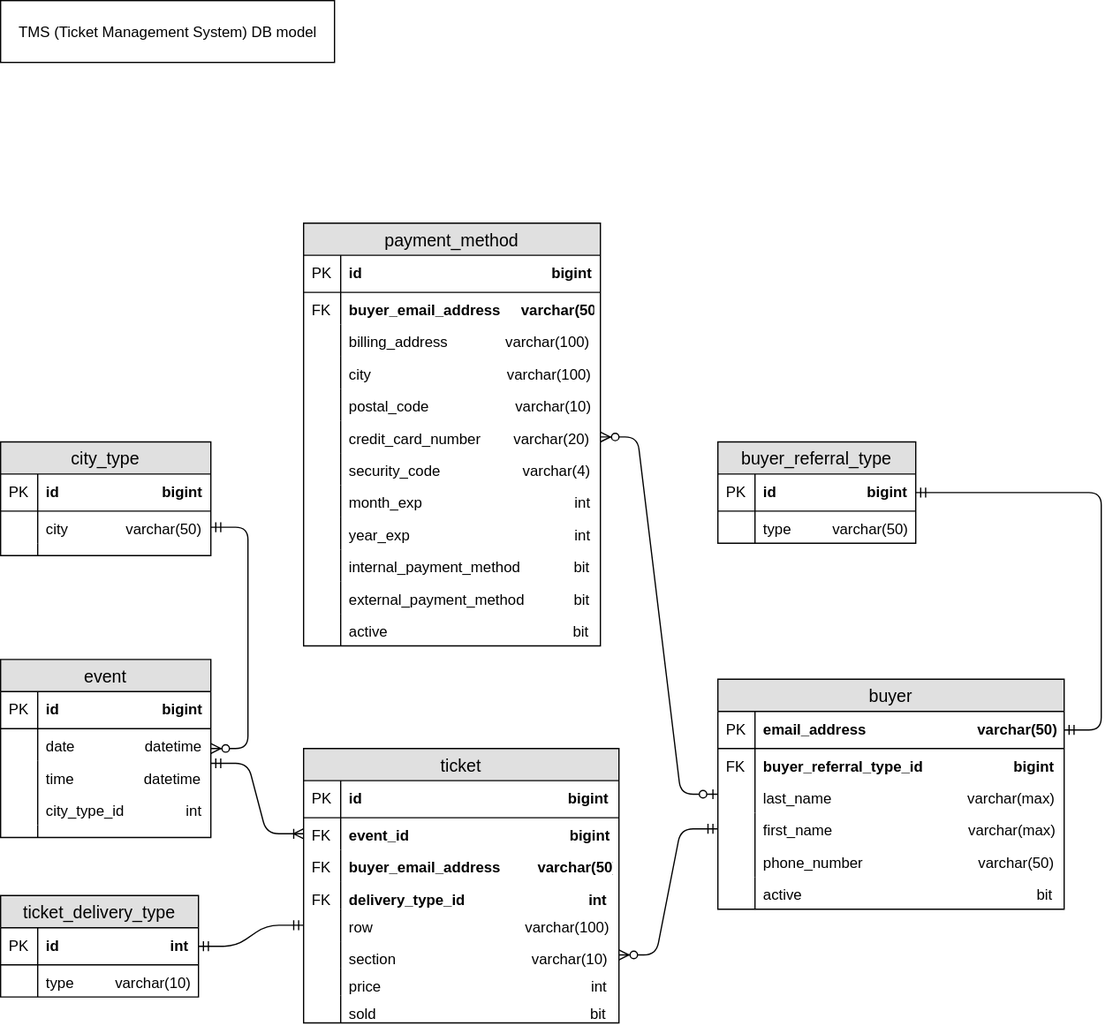
The draw.io diagram diagrams/ticket_management_DB_model.svg in yazhang28/ticket_vendor_app, before a commit. Source tidied: cells renumbered, new cells last; positions are measured from the earlier drawing's top-left corner, leaving out a move shared by most shapes.
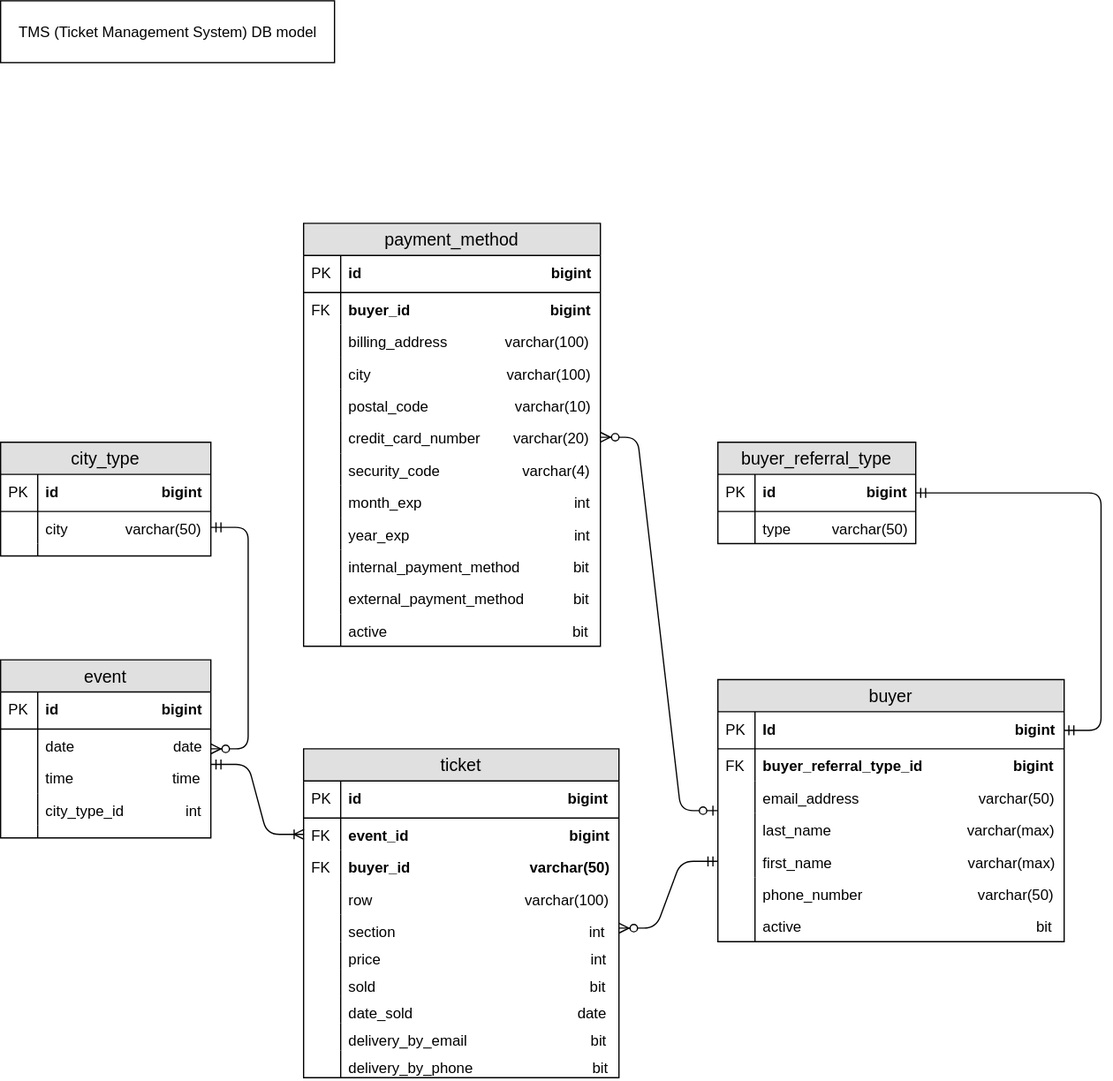
Above is the later version.

The edit, as a diff of the source:
```diff
@@ -3,9 +3,9 @@
     <mxCell id="0" />
     <mxCell id="1" parent="0" />
     <mxCell id="2" value="buyer" style="swimlane;fontStyle=0;horizontal=1;startSize=26;fillColor=#e0e0e0;swimlaneFillColor=#ffffff;align=center;fontSize=14;" parent="1" vertex="1">
-      <mxGeometry x="580" y="549" width="280" height="186" as="geometry" />
+      <mxGeometry x="580" y="549" width="280" height="212" as="geometry" />
     </mxCell>
-    <mxCell id="3" value="email_address                           varchar(50)" style="shape=partialRectangle;top=0;left=0;right=0;bottom=1;align=left;verticalAlign=middle;fillColor=none;spacingLeft=34;spacingRight=4;overflow=hidden;points=[[0,0.5],[1,0.5]];portConstraint=eastwest;fontStyle=1;fontSize=12;" parent="2" vertex="1">
+    <mxCell id="3" value="Id                                                          bigint" style="shape=partialRectangle;top=0;left=0;right=0;bottom=1;align=left;verticalAlign=middle;fillColor=none;spacingLeft=34;spacingRight=4;overflow=hidden;points=[[0,0.5],[1,0.5]];portConstraint=eastwest;fontStyle=1;fontSize=12;" parent="2" vertex="1">
       <mxGeometry y="26" width="280" height="30" as="geometry" />
     </mxCell>
     <mxCell id="4" value="PK" style="shape=partialRectangle;top=0;left=0;bottom=0;fillColor=none;align=left;verticalAlign=middle;spacingLeft=4;spacingRight=4;overflow=hidden;fontSize=12;" parent="3" vertex="1">
@@ -17,26 +17,32 @@
     <mxCell id="6" value="FK" style="shape=partialRectangle;top=0;left=0;bottom=0;fillColor=none;align=left;verticalAlign=top;spacingLeft=4;spacingRight=4;overflow=hidden;fontSize=12;" parent="5" vertex="1">
       <mxGeometry width="30" height="26" as="geometry" />
     </mxCell>
-    <mxCell id="7" value="last_name                                 varchar(max)" style="shape=partialRectangle;top=0;left=0;right=0;bottom=0;align=left;verticalAlign=top;fillColor=none;spacingLeft=34;spacingRight=4;overflow=hidden;fontSize=12;" parent="2" vertex="1">
+    <mxCell id="7" value="email_address                             varchar(50)" style="shape=partialRectangle;top=0;left=0;right=0;bottom=0;align=left;verticalAlign=top;fillColor=none;spacingLeft=34;spacingRight=4;overflow=hidden;fontSize=12;" parent="2" vertex="1">
       <mxGeometry y="82" width="280" height="26" as="geometry" />
     </mxCell>
     <mxCell id="8" style="shape=partialRectangle;top=0;left=0;bottom=0;fillColor=none;align=left;verticalAlign=top;spacingLeft=4;spacingRight=4;overflow=hidden;fontSize=12;" parent="7" vertex="1">
       <mxGeometry width="30" height="26" as="geometry" />
     </mxCell>
+    <mxCell id="92" value="last_name                                 varchar(max)" style="shape=partialRectangle;top=0;left=0;right=0;bottom=0;align=left;verticalAlign=top;fillColor=none;spacingLeft=34;spacingRight=4;overflow=hidden;fontSize=12;" parent="2" vertex="1">
+      <mxGeometry y="108" width="280" height="26" as="geometry" />
+    </mxCell>
+    <mxCell id="66" style="shape=partialRectangle;top=0;left=0;bottom=0;fillColor=none;align=left;verticalAlign=top;spacingLeft=4;spacingRight=4;overflow=hidden;fontSize=12;" parent="92" vertex="1">
+      <mxGeometry width="30" height="26" as="geometry" />
+    </mxCell>
     <mxCell id="9" value="first_name                                 varchar(max)" style="shape=partialRectangle;top=0;left=0;right=0;bottom=0;align=left;verticalAlign=top;fillColor=none;spacingLeft=34;spacingRight=4;overflow=hidden;points=[[0,0.5],[1,0.5]];portConstraint=eastwest;fontSize=12;" parent="2" vertex="1">
-      <mxGeometry y="108" width="280" height="26" as="geometry" />
+      <mxGeometry y="134" width="280" height="26" as="geometry" />
     </mxCell>
     <mxCell id="10" style="shape=partialRectangle;top=0;left=0;bottom=0;fillColor=none;align=left;verticalAlign=top;spacingLeft=4;spacingRight=4;overflow=hidden;fontSize=12;" parent="9" vertex="1">
       <mxGeometry width="30" height="26" as="geometry" />
     </mxCell>
     <mxCell id="11" value="phone_number                            varchar(50)" style="shape=partialRectangle;top=0;left=0;right=0;bottom=0;align=left;verticalAlign=top;fillColor=none;spacingLeft=34;spacingRight=4;overflow=hidden;fontSize=12;" parent="2" vertex="1">
-      <mxGeometry y="134" width="280" height="26" as="geometry" />
+      <mxGeometry y="160" width="280" height="26" as="geometry" />
     </mxCell>
     <mxCell id="12" style="shape=partialRectangle;top=0;left=0;bottom=0;fillColor=none;align=left;verticalAlign=top;spacingLeft=4;spacingRight=4;overflow=hidden;fontSize=12;" parent="11" vertex="1">
       <mxGeometry width="30" height="26" as="geometry" />
     </mxCell>
     <mxCell id="13" value="active                                                         bit" style="shape=partialRectangle;top=0;left=0;right=0;bottom=0;align=left;verticalAlign=top;fillColor=none;spacingLeft=34;spacingRight=4;overflow=hidden;fontSize=12;" parent="2" vertex="1">
-      <mxGeometry y="160" width="280" height="26" as="geometry" />
+      <mxGeometry y="186" width="280" height="26" as="geometry" />
     </mxCell>
     <mxCell id="14" style="shape=partialRectangle;top=0;left=0;bottom=0;fillColor=none;align=left;verticalAlign=top;spacingLeft=4;spacingRight=4;overflow=hidden;fontSize=12;" parent="13" vertex="1">
       <mxGeometry width="30" height="26" as="geometry" />
@@ -65,7 +71,7 @@
     <mxCell id="22" value="PK" style="shape=partialRectangle;top=0;left=0;bottom=0;fillColor=none;align=left;verticalAlign=middle;spacingLeft=4;spacingRight=4;overflow=hidden;fontSize=12;" parent="21" vertex="1">
       <mxGeometry width="30" height="30" as="geometry" />
     </mxCell>
-    <mxCell id="23" value="buyer_email_address     varchar(50)" style="shape=partialRectangle;top=0;left=0;right=0;bottom=0;align=left;verticalAlign=top;fillColor=none;spacingLeft=34;spacingRight=4;overflow=hidden;fontSize=12;fontStyle=1;" parent="20" vertex="1">
+    <mxCell id="23" value="buyer_id                                  bigint" style="shape=partialRectangle;top=0;left=0;right=0;bottom=0;align=left;verticalAlign=top;fillColor=none;spacingLeft=34;spacingRight=4;overflow=hidden;fontSize=12;fontStyle=1;" parent="20" vertex="1">
       <mxGeometry y="56" width="240" height="26" as="geometry" />
     </mxCell>
     <mxCell id="24" value="FK" style="shape=partialRectangle;top=0;left=0;bottom=0;fillColor=none;align=left;verticalAlign=top;spacingLeft=4;spacingRight=4;overflow=hidden;fontSize=12;" parent="23" vertex="1">
@@ -132,7 +138,7 @@
       <mxGeometry width="30" height="26" as="geometry" />
     </mxCell>
     <mxCell id="45" value="ticket" style="swimlane;fontStyle=0;horizontal=1;startSize=26;fillColor=#e0e0e0;swimlaneFillColor=#ffffff;align=center;fontSize=14;" parent="1" vertex="1">
-      <mxGeometry x="245" y="605" width="255" height="222" as="geometry" />
+      <mxGeometry x="245" y="605" width="255" height="266" as="geometry" />
     </mxCell>
     <mxCell id="46" value="id                                                  bigint" style="shape=partialRectangle;top=0;left=0;right=0;bottom=1;align=left;verticalAlign=middle;fillColor=none;spacingLeft=34;spacingRight=4;overflow=hidden;fontStyle=1;fontSize=12;" parent="45" vertex="1">
       <mxGeometry y="26" width="255" height="30" as="geometry" />
@@ -146,57 +152,54 @@
     <mxCell id="49" value="FK" style="shape=partialRectangle;top=0;left=0;bottom=0;fillColor=none;align=left;verticalAlign=top;spacingLeft=4;spacingRight=4;overflow=hidden;fontSize=12;" parent="48" vertex="1">
       <mxGeometry width="30" height="26" as="geometry" />
     </mxCell>
-    <mxCell id="50" value="buyer_email_address         varchar(50)" style="shape=partialRectangle;top=0;left=0;right=0;bottom=0;align=left;verticalAlign=top;fillColor=none;spacingLeft=34;spacingRight=4;overflow=hidden;fontSize=12;fontStyle=1;" parent="45" vertex="1">
+    <mxCell id="50" value="buyer_id                             varchar(50)" style="shape=partialRectangle;top=0;left=0;right=0;bottom=0;align=left;verticalAlign=top;fillColor=none;spacingLeft=34;spacingRight=4;overflow=hidden;fontSize=12;fontStyle=1;" parent="45" vertex="1">
       <mxGeometry y="82" width="255" height="26" as="geometry" />
     </mxCell>
     <mxCell id="51" value="FK" style="shape=partialRectangle;top=0;left=0;bottom=0;fillColor=none;align=left;verticalAlign=top;spacingLeft=4;spacingRight=4;overflow=hidden;fontSize=12;" parent="50" vertex="1">
       <mxGeometry width="30" height="26" as="geometry" />
     </mxCell>
-    <mxCell id="52" value="delivery_type_id                              int" style="shape=partialRectangle;top=0;left=0;right=0;bottom=0;align=left;verticalAlign=top;fillColor=none;spacingLeft=34;spacingRight=4;overflow=hidden;fontSize=12;fontStyle=1;" parent="45" vertex="1">
-      <mxGeometry y="108" width="255" height="22" as="geometry" />
-    </mxCell>
-    <mxCell id="53" value="FK" style="shape=partialRectangle;top=0;left=0;bottom=0;fillColor=none;align=left;verticalAlign=top;spacingLeft=4;spacingRight=4;overflow=hidden;fontSize=12;" parent="52" vertex="1">
-      <mxGeometry width="30" height="22" as="geometry" />
-    </mxCell>
     <mxCell id="54" value="row                                     varchar(100)" style="shape=partialRectangle;top=0;left=0;right=0;bottom=0;align=left;verticalAlign=top;fillColor=none;spacingLeft=34;spacingRight=4;overflow=hidden;points=[[0,0.5],[1,0.5]];portConstraint=eastwest;fontSize=12;" parent="45" vertex="1">
-      <mxGeometry y="130" width="255" height="26" as="geometry" />
+      <mxGeometry y="108" width="255" height="26" as="geometry" />
     </mxCell>
     <mxCell id="55" style="shape=partialRectangle;top=0;left=0;bottom=0;fillColor=none;align=left;verticalAlign=top;spacingLeft=4;spacingRight=4;overflow=hidden;fontSize=12;" parent="54" vertex="1">
       <mxGeometry width="30" height="26" as="geometry" />
     </mxCell>
-    <mxCell id="56" value="section                                 varchar(10)" style="shape=partialRectangle;top=0;left=0;right=0;bottom=0;align=left;verticalAlign=top;fillColor=none;spacingLeft=34;spacingRight=4;overflow=hidden;points=[[0,0.5],[1,0.5]];portConstraint=eastwest;fontSize=12;" parent="45" vertex="1">
-      <mxGeometry y="156" width="255" height="22" as="geometry" />
+    <mxCell id="56" value="section                                               int" style="shape=partialRectangle;top=0;left=0;right=0;bottom=0;align=left;verticalAlign=top;fillColor=none;spacingLeft=34;spacingRight=4;overflow=hidden;points=[[0,0.5],[1,0.5]];portConstraint=eastwest;fontSize=12;" parent="45" vertex="1">
+      <mxGeometry y="134" width="255" height="22" as="geometry" />
     </mxCell>
     <mxCell id="57" style="shape=partialRectangle;top=0;left=0;bottom=0;fillColor=none;align=left;verticalAlign=top;spacingLeft=4;spacingRight=4;overflow=hidden;fontSize=12;" parent="56" vertex="1">
       <mxGeometry width="30" height="22" as="geometry" />
     </mxCell>
     <mxCell id="58" value="price                                                   int" style="shape=partialRectangle;top=0;left=0;right=0;bottom=0;align=left;verticalAlign=top;fillColor=none;spacingLeft=34;spacingRight=4;overflow=hidden;fontSize=12;" parent="45" vertex="1">
-      <mxGeometry y="178" width="255" height="22" as="geometry" />
+      <mxGeometry y="156" width="255" height="22" as="geometry" />
     </mxCell>
     <mxCell id="59" style="shape=partialRectangle;top=0;left=0;bottom=0;fillColor=none;align=left;verticalAlign=top;spacingLeft=4;spacingRight=4;overflow=hidden;fontSize=12;" parent="58" vertex="1">
       <mxGeometry width="30" height="22" as="geometry" />
     </mxCell>
     <mxCell id="60" value="sold                                                    bit" style="shape=partialRectangle;top=0;left=0;right=0;bottom=0;align=left;verticalAlign=top;fillColor=none;spacingLeft=34;spacingRight=4;overflow=hidden;fontSize=12;" parent="45" vertex="1">
-      <mxGeometry y="200" width="255" height="22" as="geometry" />
+      <mxGeometry y="178" width="255" height="22" as="geometry" />
     </mxCell>
     <mxCell id="61" style="shape=partialRectangle;top=0;left=0;bottom=0;fillColor=none;align=left;verticalAlign=top;spacingLeft=4;spacingRight=4;overflow=hidden;fontSize=12;" parent="60" vertex="1">
       <mxGeometry width="30" height="22" as="geometry" />
     </mxCell>
-    <mxCell id="62" value="ticket_delivery_type" style="swimlane;fontStyle=0;horizontal=1;startSize=26;fillColor=#e0e0e0;swimlaneFillColor=#ffffff;align=center;fontSize=14;" parent="1" vertex="1">
-      <mxGeometry y="724" width="160" height="82" as="geometry" />
-    </mxCell>
-    <mxCell id="63" value="id                           int" style="shape=partialRectangle;top=0;left=0;right=0;bottom=1;align=left;verticalAlign=middle;fillColor=none;spacingLeft=34;spacingRight=4;overflow=hidden;points=[[0,0.5],[1,0.5]];portConstraint=eastwest;fontStyle=1;fontSize=12;" parent="62" vertex="1">
-      <mxGeometry y="26" width="160" height="30" as="geometry" />
-    </mxCell>
-    <mxCell id="64" value="PK" style="shape=partialRectangle;top=0;left=0;bottom=0;fillColor=none;align=left;verticalAlign=middle;spacingLeft=4;spacingRight=4;overflow=hidden;fontSize=12;" parent="63" vertex="1">
-      <mxGeometry width="30" height="30" as="geometry" />
-    </mxCell>
-    <mxCell id="65" value="type          varchar(10)" style="shape=partialRectangle;top=0;left=0;right=0;bottom=0;align=left;verticalAlign=top;fillColor=none;spacingLeft=34;spacingRight=4;overflow=hidden;fontSize=12;" parent="62" vertex="1">
-      <mxGeometry y="56" width="160" height="26" as="geometry" />
-    </mxCell>
-    <mxCell id="66" style="shape=partialRectangle;top=0;left=0;bottom=0;fillColor=none;align=left;verticalAlign=top;spacingLeft=4;spacingRight=4;overflow=hidden;fontSize=12;" parent="65" vertex="1">
-      <mxGeometry width="30" height="26" as="geometry" />
-    </mxCell>
+    <mxCell id="93" value="date_sold                                        date" style="shape=partialRectangle;top=0;left=0;right=0;bottom=0;align=left;verticalAlign=top;fillColor=none;spacingLeft=34;spacingRight=4;overflow=hidden;fontSize=12;" parent="45" vertex="1">
+      <mxGeometry y="200" width="255" height="22" as="geometry" />
+    </mxCell>
+    <mxCell id="94" style="shape=partialRectangle;top=0;left=0;bottom=0;fillColor=none;align=left;verticalAlign=top;spacingLeft=4;spacingRight=4;overflow=hidden;fontSize=12;" parent="93" vertex="1">
+      <mxGeometry width="30" height="22" as="geometry" />
+    </mxCell>
+    <mxCell id="95" value="delivery_by_email                              bit" style="shape=partialRectangle;top=0;left=0;right=0;bottom=0;align=left;verticalAlign=top;fillColor=none;spacingLeft=34;spacingRight=4;overflow=hidden;fontSize=12;" parent="45" vertex="1">
+      <mxGeometry y="222" width="255" height="22" as="geometry" />
+    </mxCell>
+    <mxCell id="96" style="shape=partialRectangle;top=0;left=0;bottom=0;fillColor=none;align=left;verticalAlign=top;spacingLeft=4;spacingRight=4;overflow=hidden;fontSize=12;" parent="95" vertex="1">
+      <mxGeometry width="30" height="22" as="geometry" />
+    </mxCell>
+    <mxCell id="97" value="delivery_by_phone                             bit" style="shape=partialRectangle;top=0;left=0;right=0;bottom=0;align=left;verticalAlign=top;fillColor=none;spacingLeft=34;spacingRight=4;overflow=hidden;fontSize=12;" parent="45" vertex="1">
+      <mxGeometry y="244" width="255" height="22" as="geometry" />
+    </mxCell>
+    <mxCell id="98" style="shape=partialRectangle;top=0;left=0;bottom=0;fillColor=none;align=left;verticalAlign=top;spacingLeft=4;spacingRight=4;overflow=hidden;fontSize=12;" parent="97" vertex="1">
+      <mxGeometry width="30" height="22" as="geometry" />
+    </mxCell>
     <mxCell id="67" value="event" style="swimlane;fontStyle=0;horizontal=1;startSize=26;fillColor=#e0e0e0;swimlaneFillColor=#ffffff;align=center;fontSize=14;" parent="1" vertex="1">
       <mxGeometry y="533" width="170" height="144" as="geometry" />
     </mxCell>
@@ -206,13 +209,13 @@
     <mxCell id="69" value="PK" style="shape=partialRectangle;top=0;left=0;bottom=0;fillColor=none;align=left;verticalAlign=middle;spacingLeft=4;spacingRight=4;overflow=hidden;fontSize=12;" parent="68" vertex="1">
       <mxGeometry width="30" height="30" as="geometry" />
     </mxCell>
-    <mxCell id="70" value="date                 datetime" style="shape=partialRectangle;top=0;left=0;right=0;bottom=0;align=left;verticalAlign=top;fillColor=none;spacingLeft=34;spacingRight=4;overflow=hidden;fontSize=12;" parent="67" vertex="1">
+    <mxCell id="70" value="date                        date" style="shape=partialRectangle;top=0;left=0;right=0;bottom=0;align=left;verticalAlign=top;fillColor=none;spacingLeft=34;spacingRight=4;overflow=hidden;fontSize=12;" parent="67" vertex="1">
       <mxGeometry y="56" width="170" height="26" as="geometry" />
     </mxCell>
     <mxCell id="71" style="shape=partialRectangle;top=0;left=0;bottom=0;fillColor=none;align=left;verticalAlign=top;spacingLeft=4;spacingRight=4;overflow=hidden;fontSize=12;" parent="70" vertex="1">
       <mxGeometry width="30" height="26" as="geometry" />
     </mxCell>
-    <mxCell id="72" value="time                 datetime" style="shape=partialRectangle;top=0;left=0;right=0;bottom=0;align=left;verticalAlign=top;fillColor=none;spacingLeft=34;spacingRight=4;overflow=hidden;points=[[0,0.5],[1,0.5]];portConstraint=eastwest;fontSize=12;" parent="67" vertex="1">
+    <mxCell id="72" value="time                        time" style="shape=partialRectangle;top=0;left=0;right=0;bottom=0;align=left;verticalAlign=top;fillColor=none;spacingLeft=34;spacingRight=4;overflow=hidden;points=[[0,0.5],[1,0.5]];portConstraint=eastwest;fontSize=12;" parent="67" vertex="1">
       <mxGeometry y="82" width="170" height="26" as="geometry" />
     </mxCell>
     <mxCell id="73" style="shape=partialRectangle;top=0;left=0;bottom=0;fillColor=none;align=left;verticalAlign=top;spacingLeft=4;spacingRight=4;overflow=hidden;fontSize=12;" parent="72" vertex="1">
@@ -260,9 +263,6 @@
     <mxCell id="87" style="edgeStyle=entityRelationEdgeStyle;fontSize=12;html=1;endArrow=ERmandOne;startArrow=ERmandOne;exitX=1;exitY=0.5;exitDx=0;exitDy=0;" parent="1" edge="1" source="3" target="16">
       <mxGeometry relative="1" as="geometry" />
     </mxCell>
-    <mxCell id="88" style="edgeStyle=entityRelationEdgeStyle;fontSize=12;html=1;endArrow=ERmandOne;startArrow=ERmandOne;exitX=1;exitY=0.5;exitDx=0;exitDy=0;entryX=0;entryY=0.5;entryDx=0;entryDy=0;" parent="1" edge="1" source="63" target="54">
-      <mxGeometry relative="1" as="geometry" />
-    </mxCell>
     <mxCell id="89" style="edgeStyle=entityRelationEdgeStyle;fontSize=12;html=1;endArrow=ERzeroToMany;startArrow=ERmandOne;exitX=1;exitY=0.5;exitDx=0;exitDy=0;" parent="1" edge="1" source="81" target="67">
       <mxGeometry relative="1" as="geometry" />
     </mxCell>
```
